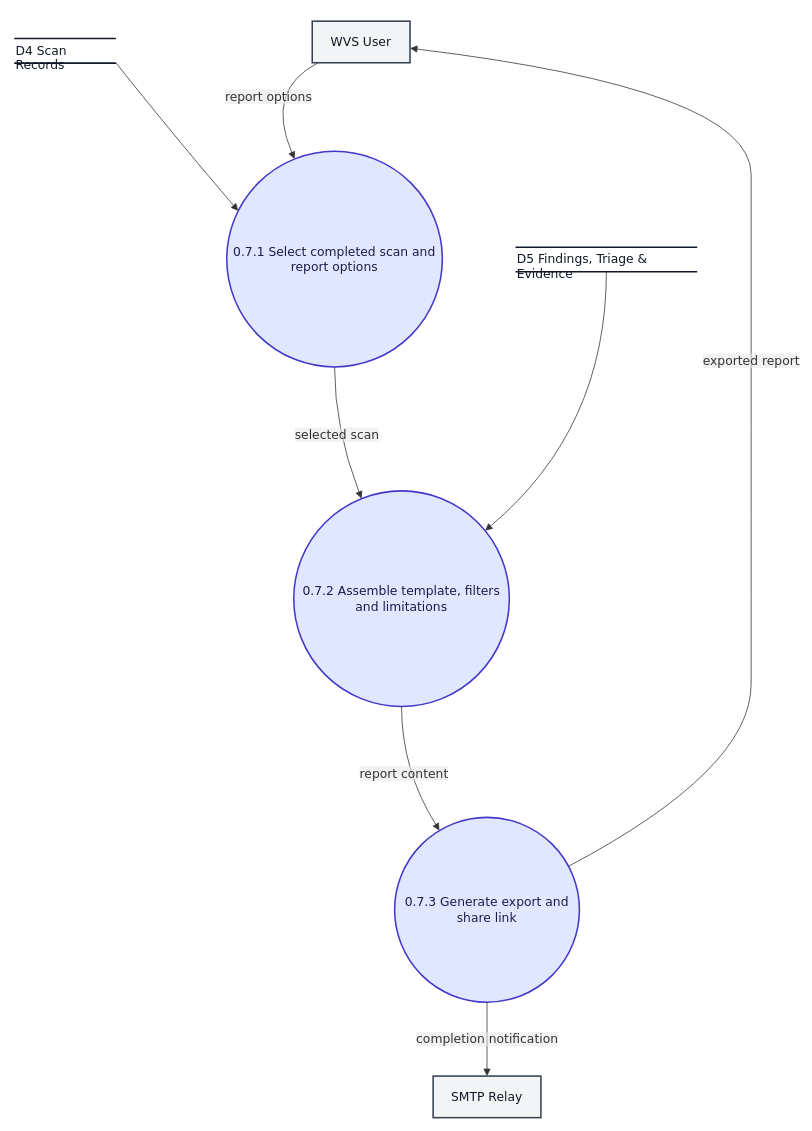
Earlier version of the draw.io diagram docs/dfd/mermaid/f.7.drawio (ksacheth/software-engineering). Source tidied: cells renumbered, new cells numbered last; positions are measured from the earlier drawing's top-left corner, leaving out a move shared by most shapes. Both pictures are drawn from the tidied source at 77%, with x=0, y=0 at pixel (14, 13).
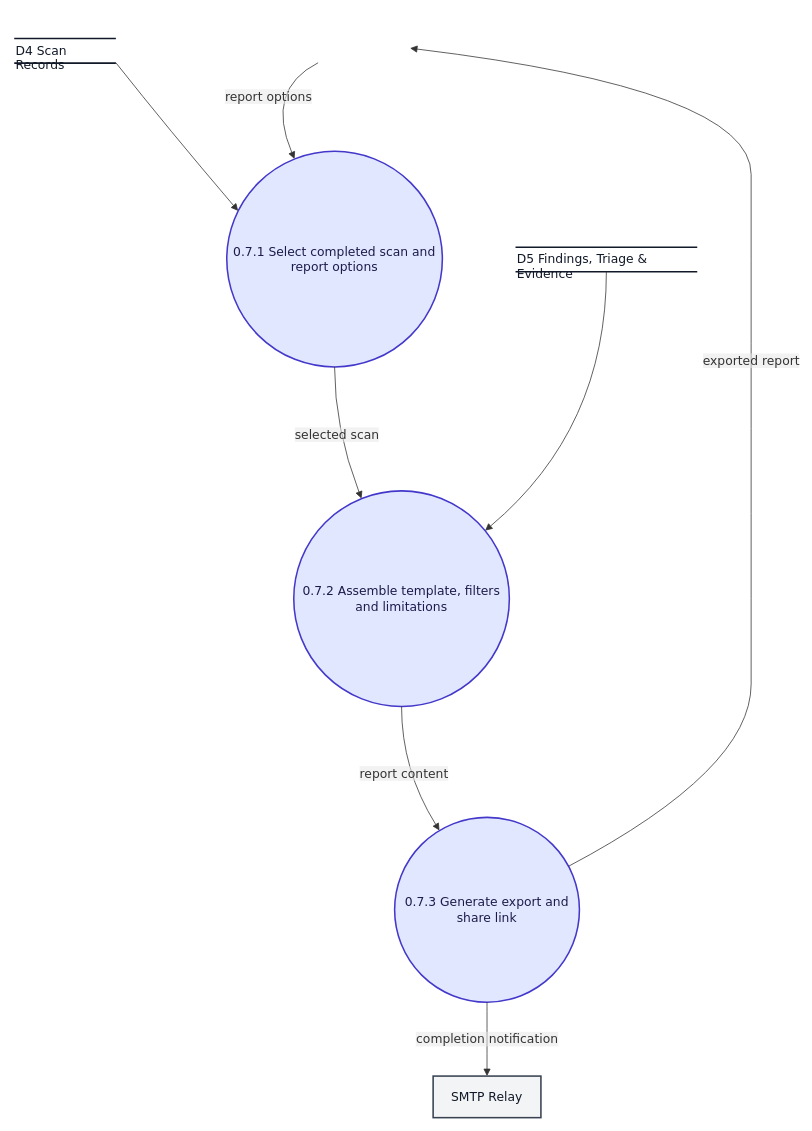
Above is the later version.

Unchanged cells that the change refers to:
```xml
<mxCell id="2" style="group;transparentBounds=1;editIcon=1;lockedGroup=0;groupPadding=10;" parent="1" vertex="1">
  <mxGeometry x="220" as="geometry" />
</mxCell>
<mxCell id="5" value="0.7.1 Select completed scan and report options" style="ellipse;html=1;strokeWidth=2;whiteSpace=wrap;fillColor=#e0e7ff;strokeColor=#4338ca;fontColor=#1e1b4b;fontFamily=Trebuchet MS,Verdana,Arial,sans-serif;fontSize=16;" parent="2" vertex="1">
  <mxGeometry x="56" y="179" width="280" height="280" as="geometry" />
</mxCell>
<mxCell id="7" value="0.7.3 Generate export and share link" style="ellipse;html=1;strokeWidth=2;whiteSpace=wrap;fillColor=#e0e7ff;strokeColor=#4338ca;fontColor=#1e1b4b;fontFamily=Trebuchet MS,Verdana,Arial,sans-serif;fontSize=16;" parent="2" vertex="1">
  <mxGeometry x="274" y="1044" width="240" height="240" as="geometry" />
</mxCell>
```

What changed in the source:
```diff
@@
-    <mxCell id="3" value="WVS User" style="html=1;whiteSpace=wrap;strokeWidth=2;fillColor=#f3f4f6;strokeColor=#374151;fontColor=#111827;fontFamily=Trebuchet MS,Verdana,Arial,sans-serif;fontSize=16;" parent="2" vertex="1">
-      <mxGeometry x="167" y="10" width="127" height="54" as="geometry" />
-    </mxCell>
@@
-    <mxCell id="14" value="report options" style="curved=1;startArrow=none;endArrow=block;endSize=7;strokeColor=light-dark(#333333,#cccccc);html=1;fontSize=16;labelBackgroundColor=light-dark(#E8E8E88D,#2a2a2a8D);fontFamily=Trebuchet MS,Verdana,Arial,sans-serif;fontColor=light-dark(#333333,#cccccc);exitX=0.06;exitY=1;entryX=0.3;entryY=0;" parent="2" edge="1" source="3" target="5">
+    <mxCell id="14" value="report options" style="curved=1;startArrow=none;endArrow=block;endSize=7;strokeColor=light-dark(#333333,#cccccc);html=1;fontSize=16;labelBackgroundColor=light-dark(#E8E8E88D,#2a2a2a8D);fontFamily=Trebuchet MS,Verdana,Arial,sans-serif;fontColor=light-dark(#333333,#cccccc);exitX=0.06;exitY=1;entryX=0.3;entryY=0;" parent="2" edge="1" target="5">
       <mxGeometry relative="1" as="geometry">
+        <mxPoint x="174.6" y="64" as="sourcePoint" />
         <Array as="points">
           <mxPoint x="106" y="99" />
         </Array>
       </mxGeometry>
     </mxCell>
@@
-    <mxCell id="17" value="exported report" style="curved=1;startArrow=none;endArrow=block;endSize=7;strokeColor=light-dark(#333333,#cccccc);html=1;fontSize=16;labelBackgroundColor=light-dark(#E8E8E88D,#2a2a2a8D);fontFamily=Trebuchet MS,Verdana,Arial,sans-serif;fontColor=light-dark(#333333,#cccccc);exitX=1;exitY=0.23;entryX=1;entryY=0.65;" parent="2" edge="1" source="7" target="3">
+    <mxCell id="17" value="exported report" style="curved=1;startArrow=none;endArrow=block;endSize=7;strokeColor=light-dark(#333333,#cccccc);html=1;fontSize=16;labelBackgroundColor=light-dark(#E8E8E88D,#2a2a2a8D);fontFamily=Trebuchet MS,Verdana,Arial,sans-serif;fontColor=light-dark(#333333,#cccccc);exitX=1;exitY=0.23;entryX=1;entryY=0.65;" parent="2" edge="1" source="7">
       <mxGeometry relative="1" as="geometry">
+        <mxPoint x="294" y="45.1" as="targetPoint" />
         <Array as="points">
           <mxPoint x="737" y="982" />
           <mxPoint x="737" y="760" />
           <mxPoint x="737" y="539" />
           <mxPoint x="737" y="319" />
           <mxPoint x="737" y="99" />
         </Array>
       </mxGeometry>
     </mxCell>
```
